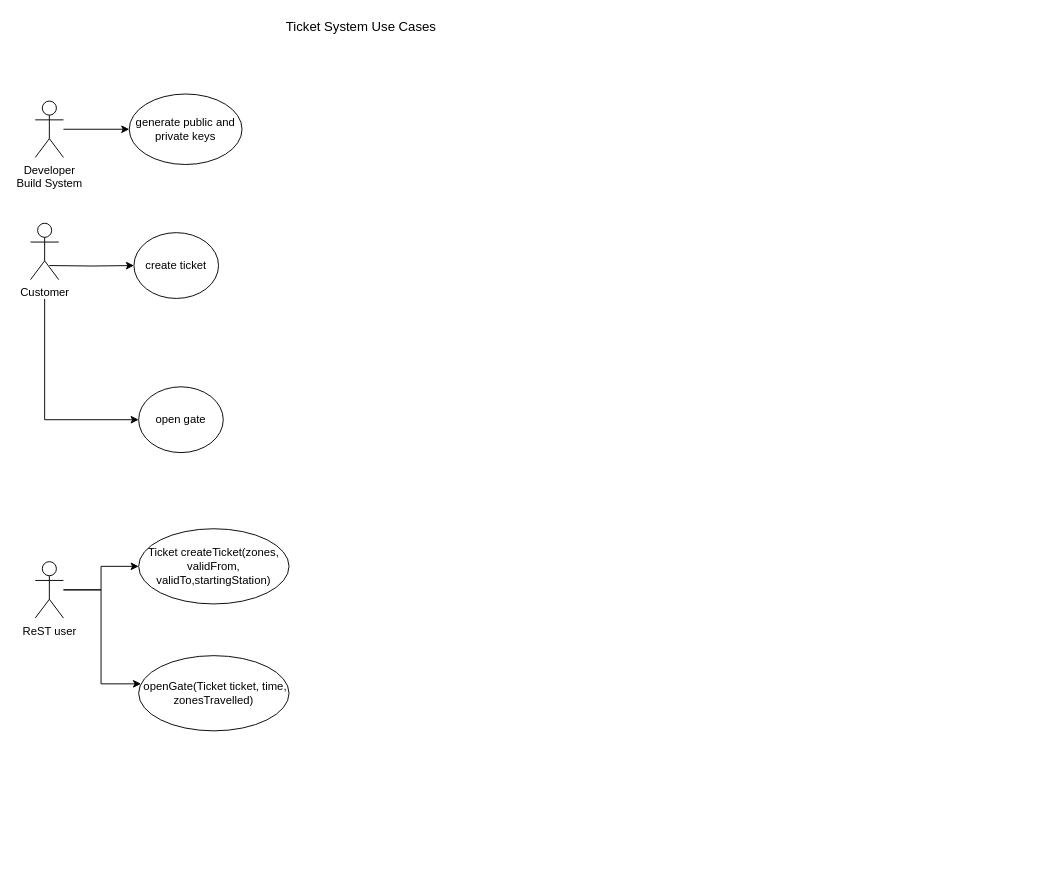
Before: ticketgate/UMLmodel/drawio/ticket-gate-usecase-drawio.drawio in JSDale/OODDAssessment, a draw.io diagram. Source tidied: cells renumbered, new cells numbered last; positions are measured from the earlier drawing's top-left corner, leaving out a move shared by most shapes. Both pictures are drawn from the tidied source at 94%, with x=0, y=0 at pixel (30, 16).
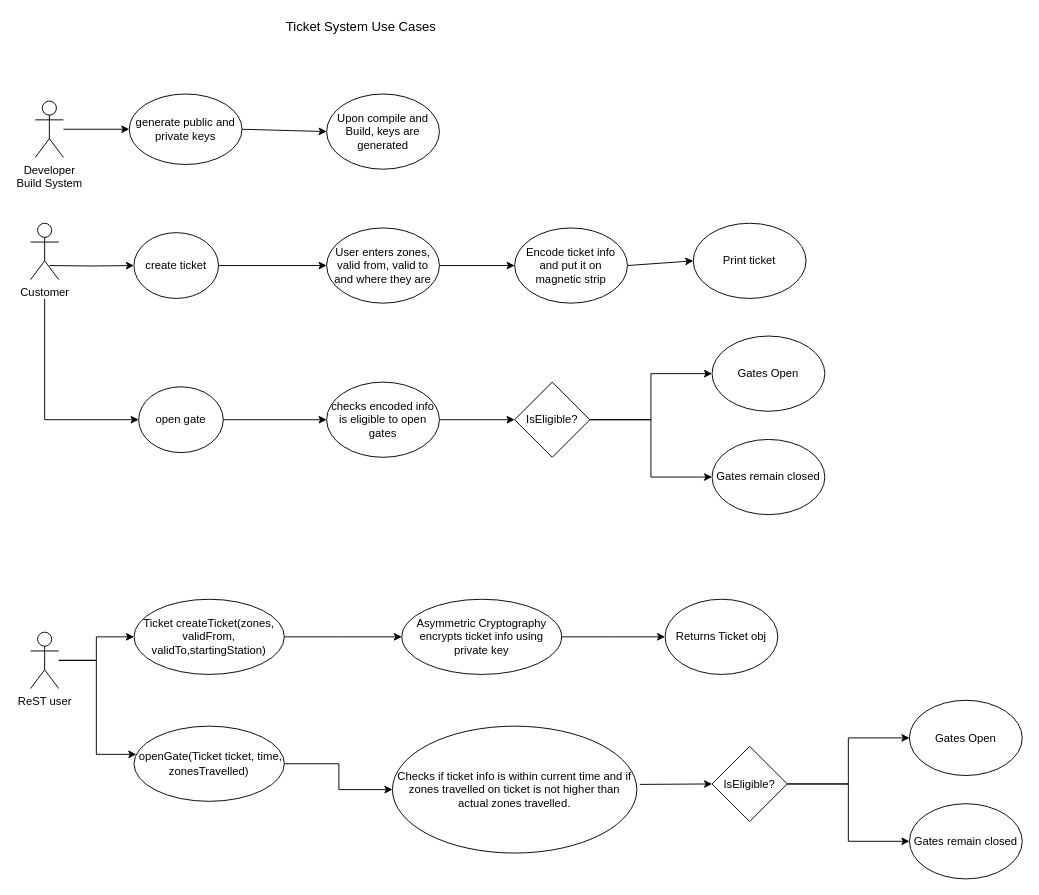
The same diagram, later.

Commit message (it also covers changes not shown here):
working on diagrams

Unchanged cells that the change refers to:
```xml
<mxCell id="20" value="generate public and private keys" style="ellipse;whiteSpace=wrap;html=1;direction=south;" parent="1" vertex="1">
  <mxGeometry x="105" y="82.5" width="120" height="75" as="geometry" />
</mxCell>
<mxCell id="24" value="create ticket" style="ellipse;whiteSpace=wrap;html=1;" parent="1" vertex="1">
  <mxGeometry x="110" y="230" width="90" height="70" as="geometry" />
</mxCell>
<mxCell id="25" value="open gate" style="ellipse;whiteSpace=wrap;html=1;" parent="1" vertex="1">
  <mxGeometry x="115" y="394" width="90" height="70" as="geometry" />
</mxCell>
```

Change to the diagram source:
```diff
@@
+    <mxCell id="34" style="rounded=0;jettySize=auto;html=1;exitX=0.5;exitY=0;exitDx=0;exitDy=0;entryX=0;entryY=0.5;entryDx=0;entryDy=0;" parent="1" edge="1" source="20" target="39">
+      <mxGeometry relative="1" as="geometry" />
+    </mxCell>
@@
     <mxCell id="22" style="edgeStyle=orthogonalEdgeStyle;rounded=0;jettySize=auto;html=1;" parent="1" edge="1" source="23" target="30">
       <mxGeometry relative="1" as="geometry">
         <Array as="points">
-          <mxPoint x="75" y="610" />
-          <mxPoint x="75" y="710" />
+          <mxPoint x="70" y="685" />
+          <mxPoint x="70" y="785" />
         </Array>
       </mxGeometry>
     </mxCell>
     <mxCell id="23" value="ReST user" style="shape=umlActor;verticalLabelPosition=bottom;labelBackgroundColor=#ffffff;verticalAlign=top;html=1;outlineConnect=0;" parent="1" vertex="1">
-      <mxGeometry x="5" y="580" width="30" height="60" as="geometry" />
+      <mxGeometry y="655" width="30" height="60" as="geometry" />
     </mxCell>
+    <mxCell id="35" style="edgeStyle=none;rounded=0;jettySize=auto;html=1;exitX=1;exitY=0.5;exitDx=0;exitDy=0;" parent="1" edge="1" source="24" target="41">
+      <mxGeometry relative="1" as="geometry" />
+    </mxCell>
@@
+    <mxCell id="36" style="edgeStyle=none;rounded=0;jettySize=auto;html=1;exitX=1;exitY=0.5;exitDx=0;exitDy=0;entryX=0;entryY=0.5;entryDx=0;entryDy=0;" parent="1" edge="1" source="25" target="46">
+      <mxGeometry relative="1" as="geometry" />
+    </mxCell>
@@
+    <mxCell id="37" style="edgeStyle=elbowEdgeStyle;rounded=0;jettySize=auto;html=1;exitX=1;exitY=0.5;exitDx=0;exitDy=0;entryX=0;entryY=0.5;entryDx=0;entryDy=0;" parent="1" edge="1" source="30" target="54">
+      <mxGeometry relative="1" as="geometry" />
+    </mxCell>
     <mxCell id="30" value="&amp;nbsp;openGate(Ticket ticket, time, zonesTravelled)" style="ellipse;whiteSpace=wrap;html=1;" parent="1" vertex="1">
-      <mxGeometry x="115" y="680" width="160" height="80" as="geometry" />
+      <mxGeometry x="110" y="755" width="160" height="80" as="geometry" />
     </mxCell>
+    <mxCell id="38" style="edgeStyle=elbowEdgeStyle;rounded=0;jettySize=auto;html=1;exitX=1;exitY=0.5;exitDx=0;exitDy=0;entryX=0;entryY=0.5;entryDx=0;entryDy=0;" parent="1" edge="1" source="31" target="53">
+      <mxGeometry relative="1" as="geometry" />
+    </mxCell>
     <mxCell id="31" value="Ticket createTicket(zones, validFrom, validTo,startingStation)" style="ellipse;whiteSpace=wrap;html=1;" parent="1" vertex="1">
-      <mxGeometry x="115" y="545" width="160" height="80" as="geometry" />
+      <mxGeometry x="110" y="620" width="160" height="80" as="geometry" />
     </mxCell>
@@
+    <mxCell id="39" value="Upon compile and Build, keys are generated" style="ellipse;whiteSpace=wrap;html=1;" parent="1" vertex="1">
+      <mxGeometry x="315" y="82.5" width="120" height="80" as="geometry" />
+    </mxCell>
+    <mxCell id="40" style="edgeStyle=none;rounded=0;jettySize=auto;html=1;exitX=1;exitY=0.5;exitDx=0;exitDy=0;entryX=0;entryY=0.5;entryDx=0;entryDy=0;" parent="1" edge="1" source="41" target="43">
+      <mxGeometry relative="1" as="geometry" />
+    </mxCell>
+    <mxCell id="41" value="User enters zones, valid from, valid to and where they are" style="ellipse;whiteSpace=wrap;html=1;" parent="1" vertex="1">
+      <mxGeometry x="315" y="225" width="120" height="80" as="geometry" />
+    </mxCell>
+    <mxCell id="42" style="edgeStyle=none;rounded=0;jettySize=auto;html=1;exitX=1;exitY=0.5;exitDx=0;exitDy=0;entryX=0;entryY=0.5;entryDx=0;entryDy=0;" parent="1" edge="1" source="43" target="44">
+      <mxGeometry relative="1" as="geometry" />
+    </mxCell>
+    <mxCell id="43" value="Encode ticket info and put it on magnetic strip" style="ellipse;whiteSpace=wrap;html=1;" parent="1" vertex="1">
+      <mxGeometry x="515" y="225" width="120" height="80" as="geometry" />
+    </mxCell>
+    <mxCell id="44" value="Print ticket" style="ellipse;whiteSpace=wrap;html=1;" parent="1" vertex="1">
+      <mxGeometry x="705" y="220" width="120" height="80" as="geometry" />
+    </mxCell>
+    <mxCell id="45" style="edgeStyle=elbowEdgeStyle;rounded=0;jettySize=auto;html=1;exitX=1;exitY=0.5;exitDx=0;exitDy=0;entryX=0;entryY=0.5;entryDx=0;entryDy=0;" parent="1" edge="1" source="46" target="49">
+      <mxGeometry relative="1" as="geometry" />
+    </mxCell>
+    <mxCell id="46" value="checks encoded info is eligible to open gates" style="ellipse;whiteSpace=wrap;html=1;" parent="1" vertex="1">
+      <mxGeometry x="315" y="389" width="120" height="80" as="geometry" />
+    </mxCell>
+    <mxCell id="47" style="edgeStyle=elbowEdgeStyle;rounded=0;jettySize=auto;html=1;exitX=1;exitY=0.5;exitDx=0;exitDy=0;entryX=0;entryY=0.5;entryDx=0;entryDy=0;" parent="1" edge="1" source="49" target="50">
+      <mxGeometry relative="1" as="geometry" />
+    </mxCell>
+    <mxCell id="48" style="edgeStyle=elbowEdgeStyle;rounded=0;jettySize=auto;html=1;exitX=1;exitY=0.5;exitDx=0;exitDy=0;entryX=0;entryY=0.5;entryDx=0;entryDy=0;" parent="1" edge="1" source="49" target="51">
+      <mxGeometry relative="1" as="geometry" />
+    </mxCell>
+    <mxCell id="49" value="IsEligible?" style="rhombus;whiteSpace=wrap;html=1;" parent="1" vertex="1">
+      <mxGeometry x="515" y="389" width="80" height="80" as="geometry" />
+    </mxCell>
+    <mxCell id="50" value="Gates Open" style="ellipse;whiteSpace=wrap;html=1;" parent="1" vertex="1">
+      <mxGeometry x="725" y="340" width="120" height="80" as="geometry" />
+    </mxCell>
+    <mxCell id="51" value="Gates remain closed" style="ellipse;whiteSpace=wrap;html=1;" parent="1" vertex="1">
+      <mxGeometry x="725" y="450" width="120" height="80" as="geometry" />
+    </mxCell>
+    <mxCell id="52" style="edgeStyle=elbowEdgeStyle;rounded=0;jettySize=auto;html=1;exitX=1;exitY=0.5;exitDx=0;exitDy=0;" parent="1" edge="1" source="53" target="55">
+      <mxGeometry relative="1" as="geometry" />
+    </mxCell>
+    <mxCell id="53" value="Asymmetric Cryptography&lt;br&gt;encrypts ticket info using private key" style="ellipse;whiteSpace=wrap;html=1;" parent="1" vertex="1">
+      <mxGeometry x="395" y="620" width="170" height="80" as="geometry" />
+    </mxCell>
+    <mxCell id="54" value="Checks if ticket info is within current time and if zones travelled on ticket is not higher than actual zones travelled." style="ellipse;whiteSpace=wrap;html=1;" parent="1" vertex="1">
+      <mxGeometry x="385" y="755" width="260" height="135" as="geometry" />
+    </mxCell>
+    <mxCell id="55" value="Returns Ticket obj" style="ellipse;whiteSpace=wrap;html=1;" parent="1" vertex="1">
+      <mxGeometry x="675" y="620" width="120" height="80" as="geometry" />
+    </mxCell>
+    <mxCell id="56" style="rounded=0;jettySize=auto;html=1;exitX=1.012;exitY=0.459;exitDx=0;exitDy=0;entryX=0;entryY=0.5;entryDx=0;entryDy=0;exitPerimeter=0;" parent="1" edge="1" source="54" target="59">
+      <mxGeometry relative="1" as="geometry" />
+    </mxCell>
+    <mxCell id="57" style="edgeStyle=elbowEdgeStyle;rounded=0;jettySize=auto;html=1;exitX=1;exitY=0.5;exitDx=0;exitDy=0;entryX=0;entryY=0.5;entryDx=0;entryDy=0;" parent="1" edge="1" source="59" target="60">
+      <mxGeometry relative="1" as="geometry" />
+    </mxCell>
+    <mxCell id="58" style="edgeStyle=elbowEdgeStyle;rounded=0;jettySize=auto;html=1;exitX=1;exitY=0.5;exitDx=0;exitDy=0;entryX=0;entryY=0.5;entryDx=0;entryDy=0;" parent="1" edge="1" source="59" target="61">
+      <mxGeometry relative="1" as="geometry" />
+    </mxCell>
+    <mxCell id="59" value="IsEligible?" style="rhombus;whiteSpace=wrap;html=1;" parent="1" vertex="1">
+      <mxGeometry x="725" y="776.5" width="80" height="80" as="geometry" />
+    </mxCell>
+    <mxCell id="60" value="Gates Open" style="ellipse;whiteSpace=wrap;html=1;" parent="1" vertex="1">
+      <mxGeometry x="935" y="727.5" width="120" height="80" as="geometry" />
+    </mxCell>
+    <mxCell id="61" value="Gates remain closed" style="ellipse;whiteSpace=wrap;html=1;" parent="1" vertex="1">
+      <mxGeometry x="935" y="837.5" width="120" height="80" as="geometry" />
+    </mxCell>
```
